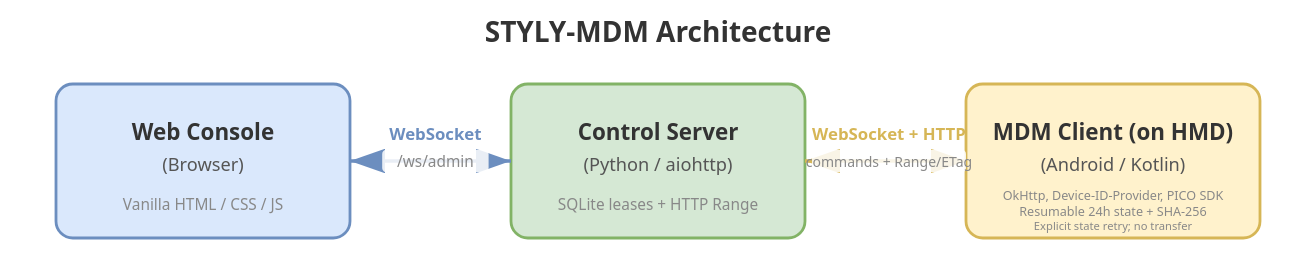
Earlier version of the draw.io export docs/architecture.drawio.svg (styly-dev/STYLY-MDM). Source tidied: cells renumbered, new cells last; positions are measured from the earlier drawing's top-left corner, leaving out a move shared by most shapes.
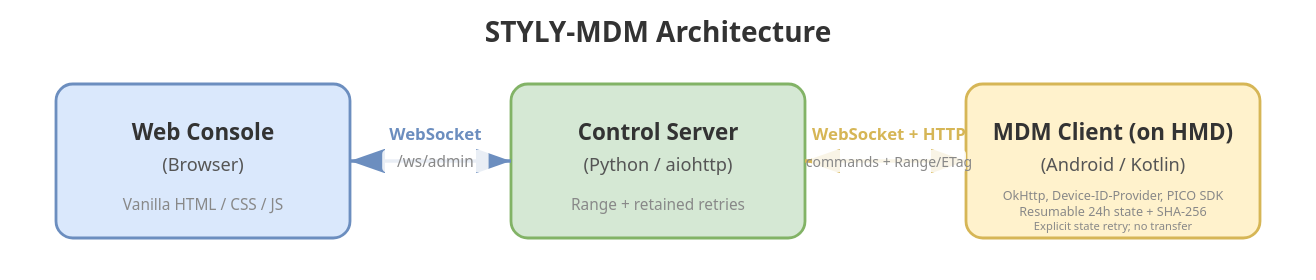
After the change.

What changed in the source:
```diff
@@ -17,7 +17,7 @@
     <mxCell id="6" value="&lt;b&gt;Control Server&lt;/b&gt;&lt;br&gt;(Python / aiohttp)" style="text;html=1;align=center;verticalAlign=middle;" parent="1" vertex="1">
       <mxGeometry x="365" y="85" width="130" height="50" as="geometry" />
     </mxCell>
-    <mxCell id="7" value="SQLite leases + HTTP Range" style="text;html=1;align=center;verticalAlign=middle;fontColor=#666666;fontSize=10;" parent="1" vertex="1">
+    <mxCell id="7" value="Range + retained retries" style="text;html=1;align=center;verticalAlign=middle;fontColor=#666666;fontSize=10;" parent="1" vertex="1">
       <mxGeometry x="350" y="135" width="160" height="20" as="geometry" />
     </mxCell>
     <mxCell id="8" style="rounded=1;whiteSpace=wrap;html=1;fillColor=#fff2cc;strokeColor=#d6b656;arcSize=10;" parent="1" vertex="1">
```
